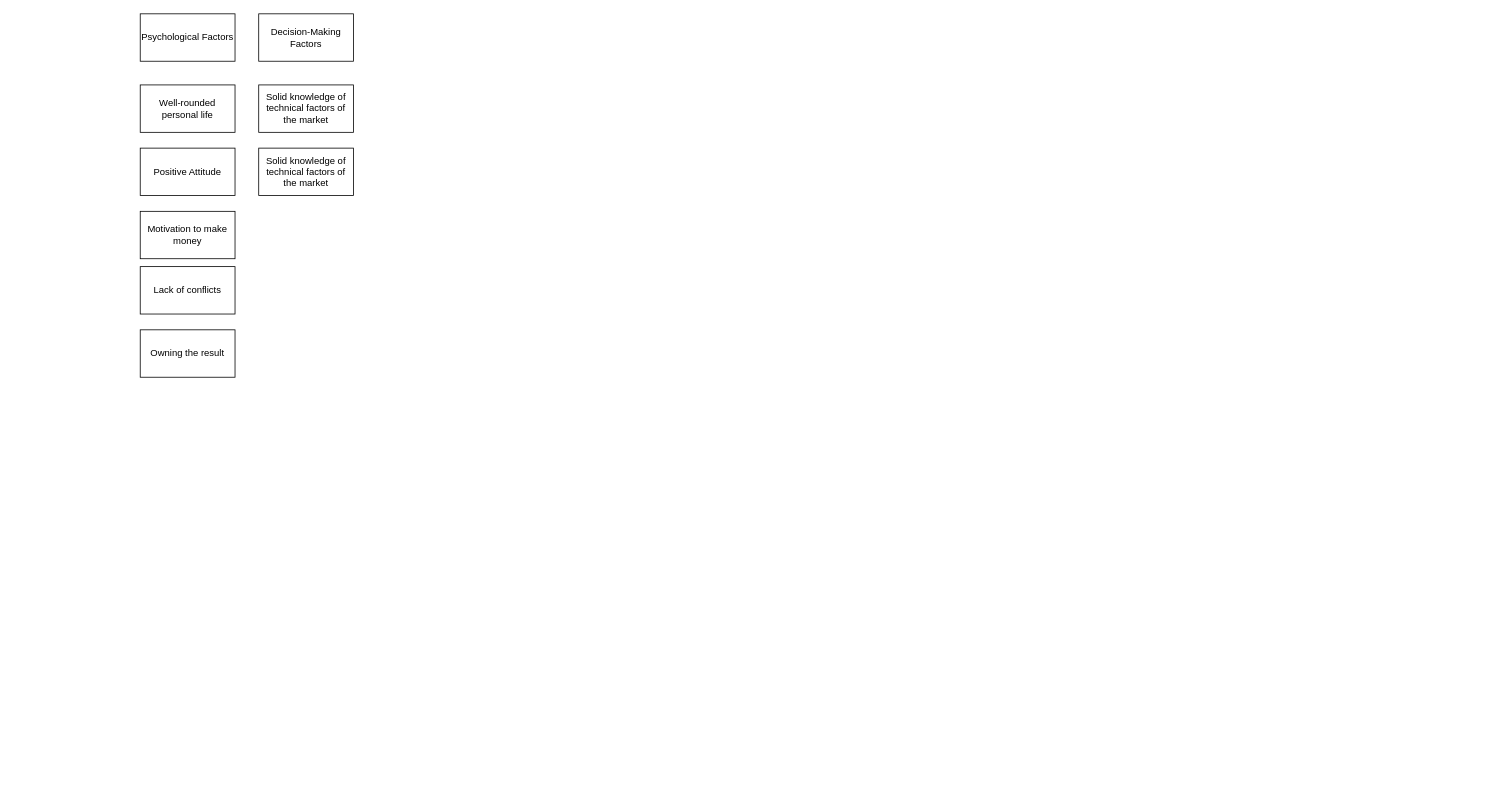
This is page "Mental Models" (4 of 4) of TradingKonzepteFlowchart.drawio from jensakut/ibFuturesTrendFollowing, a draw.io file, before an edit. Source tidied: cells renumbered, new cells numbered last; positions are measured from the earlier drawing's top-left corner, leaving out a move shared by most shapes. Both pictures are drawn from the tidied source at 79%, with x=0, y=0 at pixel (140, 13).
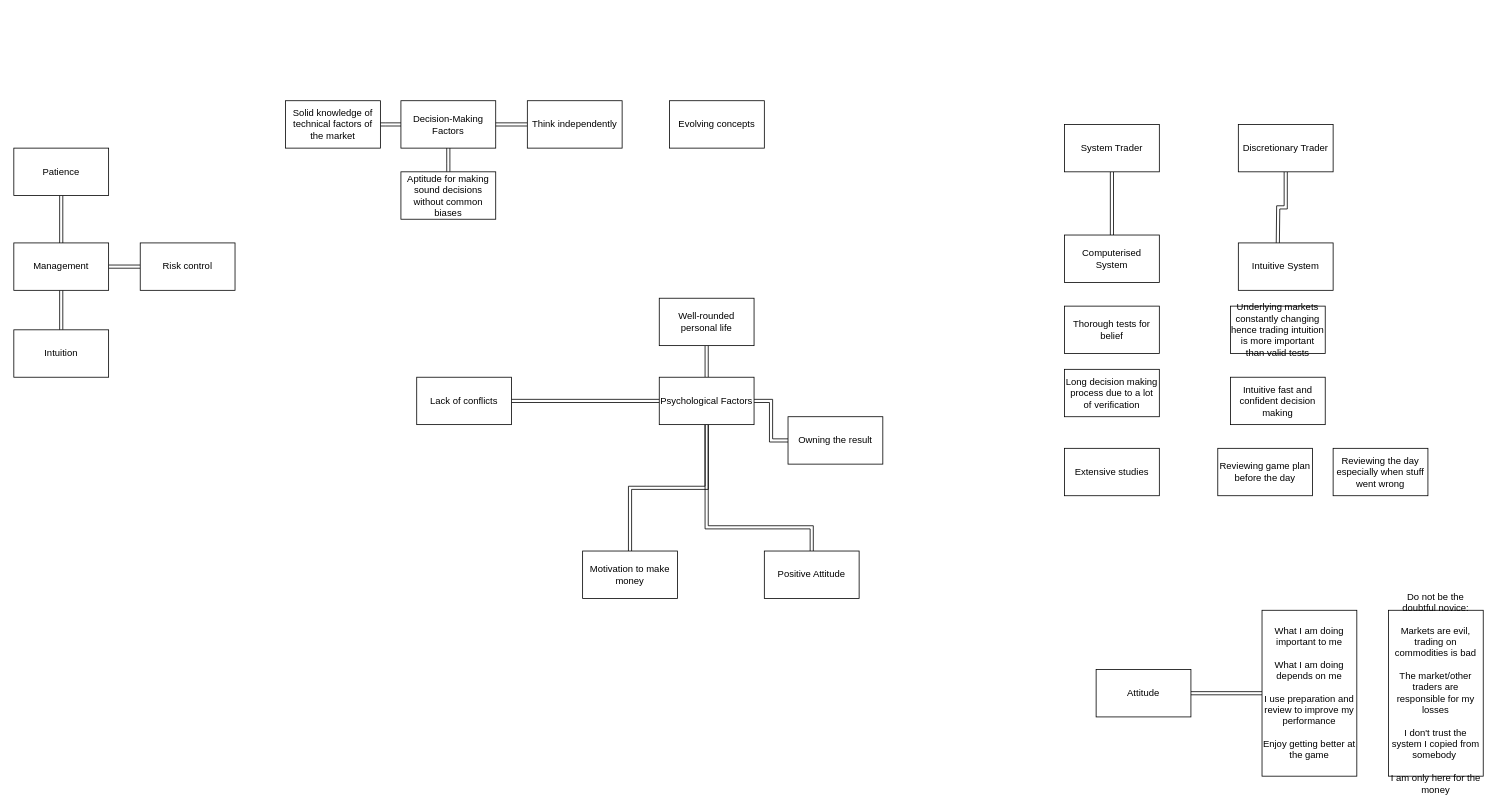
The same page after the edit.

Diff of the diagram source:
```diff
@@
+    <mxCell id="11" style="edgeStyle=orthogonalEdgeStyle;shape=link;rounded=0;jettySize=auto;html=1;entryX=0.5;entryY=0;entryDx=0;entryDy=0;" parent="1" edge="1" source="2" target="7">
+      <mxGeometry relative="1" as="geometry" />
+    </mxCell>
     <mxCell id="2" value="Well-rounded personal life" style="rounded=0;whiteSpace=wrap;html=1;" parent="1" vertex="1">
-      <mxGeometry y="90" width="120" height="60" as="geometry" />
+      <mxGeometry x="657" y="360" width="120" height="60" as="geometry" />
     </mxCell>
+    <mxCell id="12" style="edgeStyle=orthogonalEdgeStyle;shape=link;rounded=0;jettySize=auto;html=1;entryX=0.5;entryY=1;entryDx=0;entryDy=0;" parent="1" edge="1" source="3" target="7">
+      <mxGeometry relative="1" as="geometry">
+        <Array as="points">
+          <mxPoint x="850" y="650" />
+          <mxPoint x="717" y="650" />
+        </Array>
+      </mxGeometry>
+    </mxCell>
     <mxCell id="3" value="Positive Attitude" style="rounded=0;whiteSpace=wrap;html=1;" parent="1" vertex="1">
-      <mxGeometry y="170" width="120" height="60" as="geometry" />
+      <mxGeometry x="790" y="680" width="120" height="60" as="geometry" />
     </mxCell>
+    <mxCell id="13" style="edgeStyle=orthogonalEdgeStyle;shape=link;rounded=0;jettySize=auto;html=1;entryX=0.5;entryY=1;entryDx=0;entryDy=0;" parent="1" edge="1" source="4" target="7">
+      <mxGeometry relative="1" as="geometry" />
+    </mxCell>
     <mxCell id="4" value="Motivation to make money" style="rounded=0;whiteSpace=wrap;html=1;" parent="1" vertex="1">
-      <mxGeometry y="250" width="120" height="60" as="geometry" />
+      <mxGeometry x="560" y="680" width="120" height="60" as="geometry" />
     </mxCell>
+    <mxCell id="14" style="edgeStyle=orthogonalEdgeStyle;shape=link;rounded=0;jettySize=auto;html=1;entryX=0;entryY=0.5;entryDx=0;entryDy=0;" parent="1" edge="1" source="5" target="7">
+      <mxGeometry relative="1" as="geometry" />
+    </mxCell>
     <mxCell id="5" value="Lack of conflicts" style="rounded=0;whiteSpace=wrap;html=1;" parent="1" vertex="1">
-      <mxGeometry y="320" width="120" height="60" as="geometry" />
+      <mxGeometry x="350" y="460" width="120" height="60" as="geometry" />
     </mxCell>
+    <mxCell id="15" style="edgeStyle=orthogonalEdgeStyle;shape=link;rounded=0;jettySize=auto;html=1;" parent="1" edge="1" source="6" target="7">
+      <mxGeometry relative="1" as="geometry" />
+    </mxCell>
     <mxCell id="6" value="Owning the result" style="rounded=0;whiteSpace=wrap;html=1;" parent="1" vertex="1">
-      <mxGeometry y="400" width="120" height="60" as="geometry" />
+      <mxGeometry x="820" y="510" width="120" height="60" as="geometry" />
     </mxCell>
     <mxCell id="7" value="Psychological Factors" style="rounded=0;whiteSpace=wrap;html=1;" parent="1" vertex="1">
-      <mxGeometry width="120" height="60" as="geometry" />
+      <mxGeometry x="657" y="460" width="120" height="60" as="geometry" />
     </mxCell>
     <mxCell id="8" value="Decision-Making Factors" style="rounded=0;whiteSpace=wrap;html=1;" parent="1" vertex="1">
-      <mxGeometry x="150" width="120" height="60" as="geometry" />
+      <mxGeometry x="330" y="110" width="120" height="60" as="geometry" />
     </mxCell>
+    <mxCell id="16" style="edgeStyle=orthogonalEdgeStyle;rounded=0;jettySize=auto;html=1;entryX=0;entryY=0.5;entryDx=0;entryDy=0;shape=link;" parent="1" edge="1" source="9" target="8">
+      <mxGeometry relative="1" as="geometry" />
+    </mxCell>
     <mxCell id="9" value="Solid knowledge of technical factors of the market" style="rounded=0;whiteSpace=wrap;html=1;" parent="1" vertex="1">
-      <mxGeometry x="150" y="90" width="120" height="60" as="geometry" />
+      <mxGeometry x="184" y="110" width="120" height="60" as="geometry" />
     </mxCell>
+    <mxCell id="17" style="edgeStyle=orthogonalEdgeStyle;shape=link;rounded=0;jettySize=auto;html=1;entryX=0.5;entryY=1;entryDx=0;entryDy=0;" parent="1" edge="1" source="10" target="8">
+      <mxGeometry relative="1" as="geometry" />
+    </mxCell>
-    <mxCell id="10" value="Solid knowledge of technical factors of the market" style="rounded=0;whiteSpace=wrap;html=1;" parent="1" vertex="1">
-      <mxGeometry x="150" y="170" width="120" height="60" as="geometry" />
+    <mxCell id="10" value="Aptitude for making sound decisions without common biases" style="rounded=0;whiteSpace=wrap;html=1;" parent="1" vertex="1">
+      <mxGeometry x="330" y="200" width="120" height="60" as="geometry" />
     </mxCell>
+    <mxCell id="18" style="edgeStyle=orthogonalEdgeStyle;shape=link;rounded=0;jettySize=auto;html=1;entryX=1;entryY=0.5;entryDx=0;entryDy=0;" parent="1" edge="1" source="19" target="8">
+      <mxGeometry relative="1" as="geometry" />
+    </mxCell>
+    <mxCell id="19" value="Think independently" style="rounded=0;whiteSpace=wrap;html=1;" parent="1" vertex="1">
+      <mxGeometry x="490" y="110" width="120" height="60" as="geometry" />
+    </mxCell>
+    <mxCell id="20" style="edgeStyle=orthogonalEdgeStyle;shape=link;rounded=0;jettySize=auto;html=1;" parent="1" edge="1" source="22" target="23">
+      <mxGeometry relative="1" as="geometry" />
+    </mxCell>
+    <mxCell id="21" style="edgeStyle=orthogonalEdgeStyle;shape=link;rounded=0;jettySize=auto;html=1;entryX=0.5;entryY=0;entryDx=0;entryDy=0;" parent="1" edge="1" source="22" target="24">
+      <mxGeometry relative="1" as="geometry" />
+    </mxCell>
+    <mxCell id="22" value="Management" style="rounded=0;whiteSpace=wrap;html=1;" parent="1" vertex="1">
+      <mxGeometry x="-160" y="290" width="120" height="60" as="geometry" />
+    </mxCell>
+    <mxCell id="23" value="Risk control" style="rounded=0;whiteSpace=wrap;html=1;" parent="1" vertex="1">
+      <mxGeometry y="290" width="120" height="60" as="geometry" />
+    </mxCell>
+    <mxCell id="24" value="Intuition" style="rounded=0;whiteSpace=wrap;html=1;" parent="1" vertex="1">
+      <mxGeometry x="-160" y="400" width="120" height="60" as="geometry" />
+    </mxCell>
+    <mxCell id="25" style="edgeStyle=orthogonalEdgeStyle;shape=link;rounded=0;jettySize=auto;html=1;entryX=0.5;entryY=0;entryDx=0;entryDy=0;" parent="1" edge="1" source="26" target="22">
+      <mxGeometry relative="1" as="geometry" />
+    </mxCell>
+    <mxCell id="26" value="Patience" style="rounded=0;whiteSpace=wrap;html=1;" parent="1" vertex="1">
+      <mxGeometry x="-160" y="170" width="120" height="60" as="geometry" />
+    </mxCell>
+    <mxCell id="27" value="Evolving concepts" style="rounded=0;whiteSpace=wrap;html=1;" parent="1" vertex="1">
+      <mxGeometry x="670" y="110" width="120" height="60" as="geometry" />
+    </mxCell>
+    <mxCell id="28" style="edgeStyle=orthogonalEdgeStyle;shape=link;rounded=0;jettySize=auto;html=1;" parent="1" edge="1" source="29" target="32">
+      <mxGeometry relative="1" as="geometry" />
+    </mxCell>
+    <mxCell id="29" value="System Trader" style="rounded=0;whiteSpace=wrap;html=1;" parent="1" vertex="1">
+      <mxGeometry x="1170" y="140" width="120" height="60" as="geometry" />
+    </mxCell>
+    <mxCell id="30" style="edgeStyle=orthogonalEdgeStyle;shape=link;rounded=0;jettySize=auto;html=1;" parent="1" edge="1" source="31">
+      <mxGeometry relative="1" as="geometry">
+        <mxPoint x="1440" y="290" as="targetPoint" />
+      </mxGeometry>
+    </mxCell>
+    <mxCell id="31" value="Discretionary Trader" style="rounded=0;whiteSpace=wrap;html=1;" parent="1" vertex="1">
+      <mxGeometry x="1390" y="140" width="120" height="60" as="geometry" />
+    </mxCell>
+    <mxCell id="32" value="Computerised System" style="rounded=0;whiteSpace=wrap;html=1;" parent="1" vertex="1">
+      <mxGeometry x="1170" y="280" width="120" height="60" as="geometry" />
+    </mxCell>
+    <mxCell id="33" value="Intuitive System" style="rounded=0;whiteSpace=wrap;html=1;" parent="1" vertex="1">
+      <mxGeometry x="1390" y="290" width="120" height="60" as="geometry" />
+    </mxCell>
+    <mxCell id="34" value="Thorough tests for belief" style="rounded=0;whiteSpace=wrap;html=1;" parent="1" vertex="1">
+      <mxGeometry x="1170" y="370" width="120" height="60" as="geometry" />
+    </mxCell>
+    <mxCell id="35" value="Underlying markets constantly changing hence trading intuition is more important than valid tests" style="rounded=0;whiteSpace=wrap;html=1;" parent="1" vertex="1">
+      <mxGeometry x="1380" y="370" width="120" height="60" as="geometry" />
+    </mxCell>
+    <mxCell id="36" value="Long decision making process due to a lot of verification" style="rounded=0;whiteSpace=wrap;html=1;" parent="1" vertex="1">
+      <mxGeometry x="1170" y="450" width="120" height="60" as="geometry" />
+    </mxCell>
+    <mxCell id="37" value="Intuitive fast and confident decision making" style="rounded=0;whiteSpace=wrap;html=1;" parent="1" vertex="1">
+      <mxGeometry x="1380" y="460" width="120" height="60" as="geometry" />
+    </mxCell>
+    <mxCell id="38" value="Extensive studies" style="rounded=0;whiteSpace=wrap;html=1;" parent="1" vertex="1">
+      <mxGeometry x="1170" y="550" width="120" height="60" as="geometry" />
+    </mxCell>
+    <mxCell id="39" value="Reviewing game plan before the day" style="rounded=0;whiteSpace=wrap;html=1;" parent="1" vertex="1">
+      <mxGeometry x="1364" y="550" width="120" height="60" as="geometry" />
+    </mxCell>
+    <mxCell id="40" value="Reviewing the day especially when stuff went wrong" style="rounded=0;whiteSpace=wrap;html=1;" parent="1" vertex="1">
+      <mxGeometry x="1510" y="550" width="120" height="60" as="geometry" />
+    </mxCell>
+    <mxCell id="41" style="edgeStyle=orthogonalEdgeStyle;shape=link;rounded=0;jettySize=auto;html=1;" parent="1" edge="1" source="42" target="43">
+      <mxGeometry relative="1" as="geometry" />
+    </mxCell>
+    <mxCell id="42" value="Attitude" style="rounded=0;whiteSpace=wrap;html=1;" parent="1" vertex="1">
+      <mxGeometry x="1210" y="830" width="120" height="60" as="geometry" />
+    </mxCell>
+    <mxCell id="43" value="What I am doing important to me&lt;br&gt;&lt;br&gt;What I am doing depends on me&lt;br&gt;&lt;br&gt;I use preparation and review to improve my performance&lt;br&gt;&lt;br&gt;Enjoy getting better at the game" style="rounded=0;whiteSpace=wrap;html=1;" parent="1" vertex="1">
+      <mxGeometry x="1420" y="755" width="120" height="210" as="geometry" />
+    </mxCell>
+    <mxCell id="44" value="Do not be the doubtful novice:&lt;br&gt;&amp;nbsp;&amp;nbsp;&lt;br&gt;Markets are evil, trading on commodities is bad&lt;br&gt;&lt;br&gt;The market/other traders are responsible for my losses&lt;br&gt;&lt;br&gt;I don't trust the system I copied from somebody&amp;nbsp;&lt;br&gt;&lt;br&gt;I am only here for the money" style="rounded=0;whiteSpace=wrap;html=1;" parent="1" vertex="1">
+      <mxGeometry x="1580" y="755" width="120" height="210" as="geometry" />
+    </mxCell>
```
